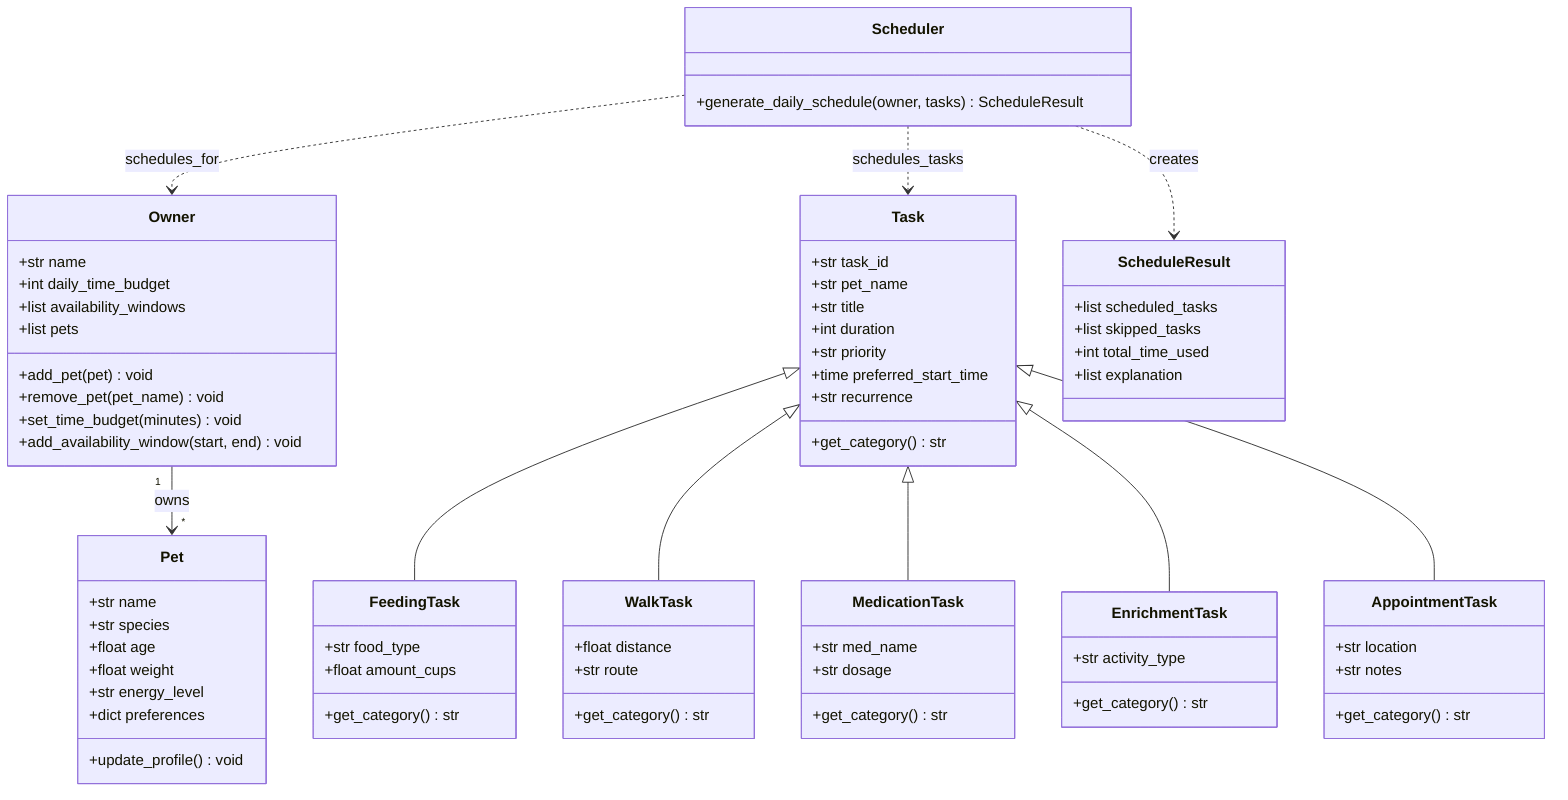
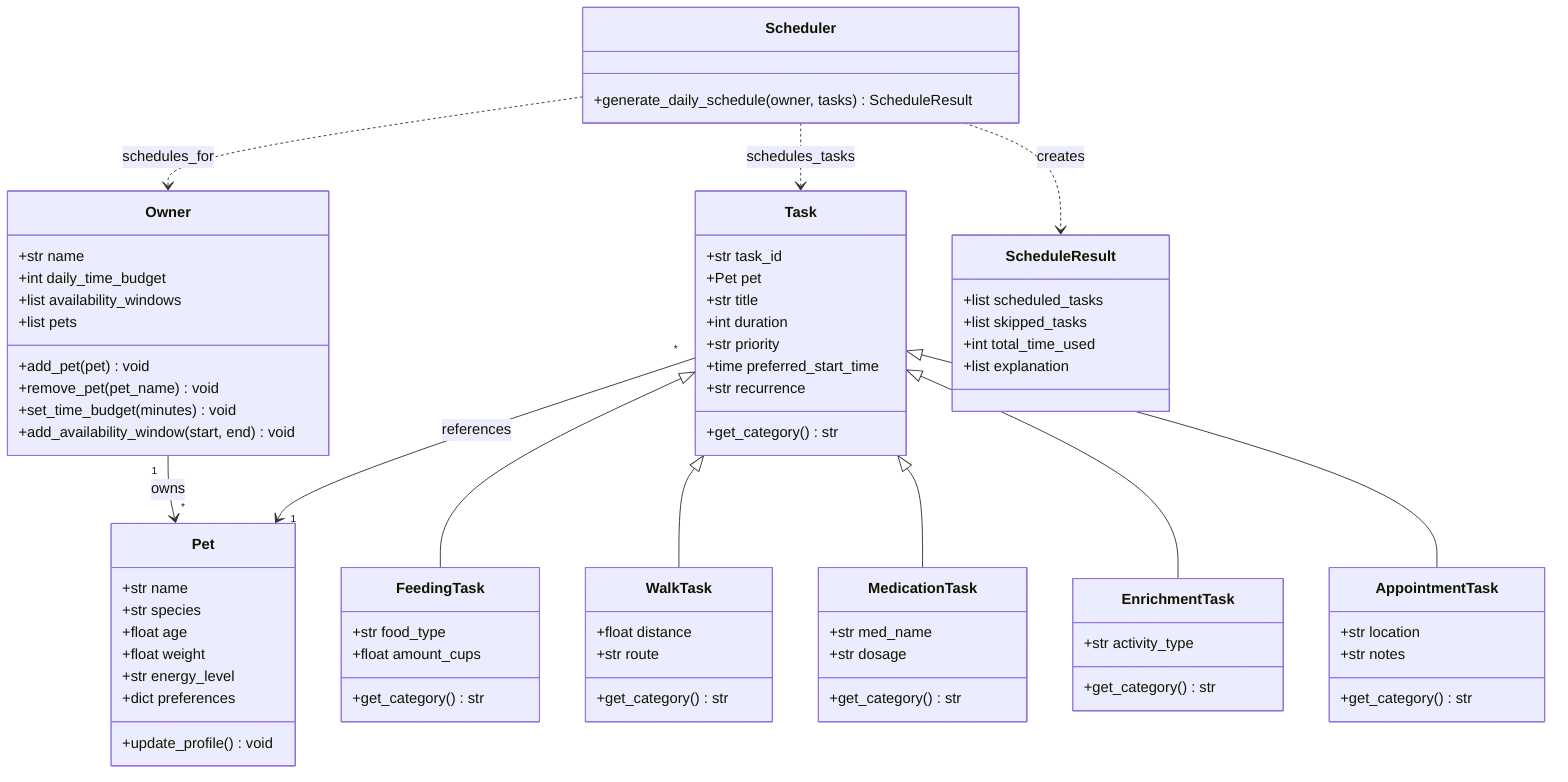
classDiagram
    class Owner {
        +str name
        +int daily_time_budget
        +list availability_windows
        +list pets
        +add_pet(pet) void
        +remove_pet(pet_name) void
        +set_time_budget(minutes) void
        +add_availability_window(start, end) void
    }

    class Pet {
        +str name
        +str species
        +float age
        +float weight
        +str energy_level
        +dict preferences
        +update_profile() void
    }

    class Task {
        +str task_id
-         +str pet_name
+         +Pet pet
        +str title
        +int duration
        +str priority
        +time preferred_start_time
        +str recurrence
        +get_category() str
    }

    class FeedingTask {
        +str food_type
        +float amount_cups
        +get_category() str
    }

    class WalkTask {
        +float distance
        +str route
        +get_category() str
    }

    class MedicationTask {
        +str med_name
        +str dosage
        +get_category() str
    }

    class EnrichmentTask {
        +str activity_type
        +get_category() str
    }

    class AppointmentTask {
        +str location
        +str notes
        +get_category() str
    }

    class Scheduler {
        +generate_daily_schedule(owner, tasks) ScheduleResult
    }

    class ScheduleResult {
        +list scheduled_tasks
        +list skipped_tasks
        +int total_time_used
        +list explanation
    }

    Owner "1" --> "*" Pet : owns
+     Task "*" --> "1" Pet : references
    Task <|-- FeedingTask
    Task <|-- WalkTask
    Task <|-- MedicationTask
    Task <|-- EnrichmentTask
    Task <|-- AppointmentTask
    Scheduler ..> ScheduleResult : creates
    Scheduler ..> Owner : schedules_for
    Scheduler ..> Task : schedules_tasks
